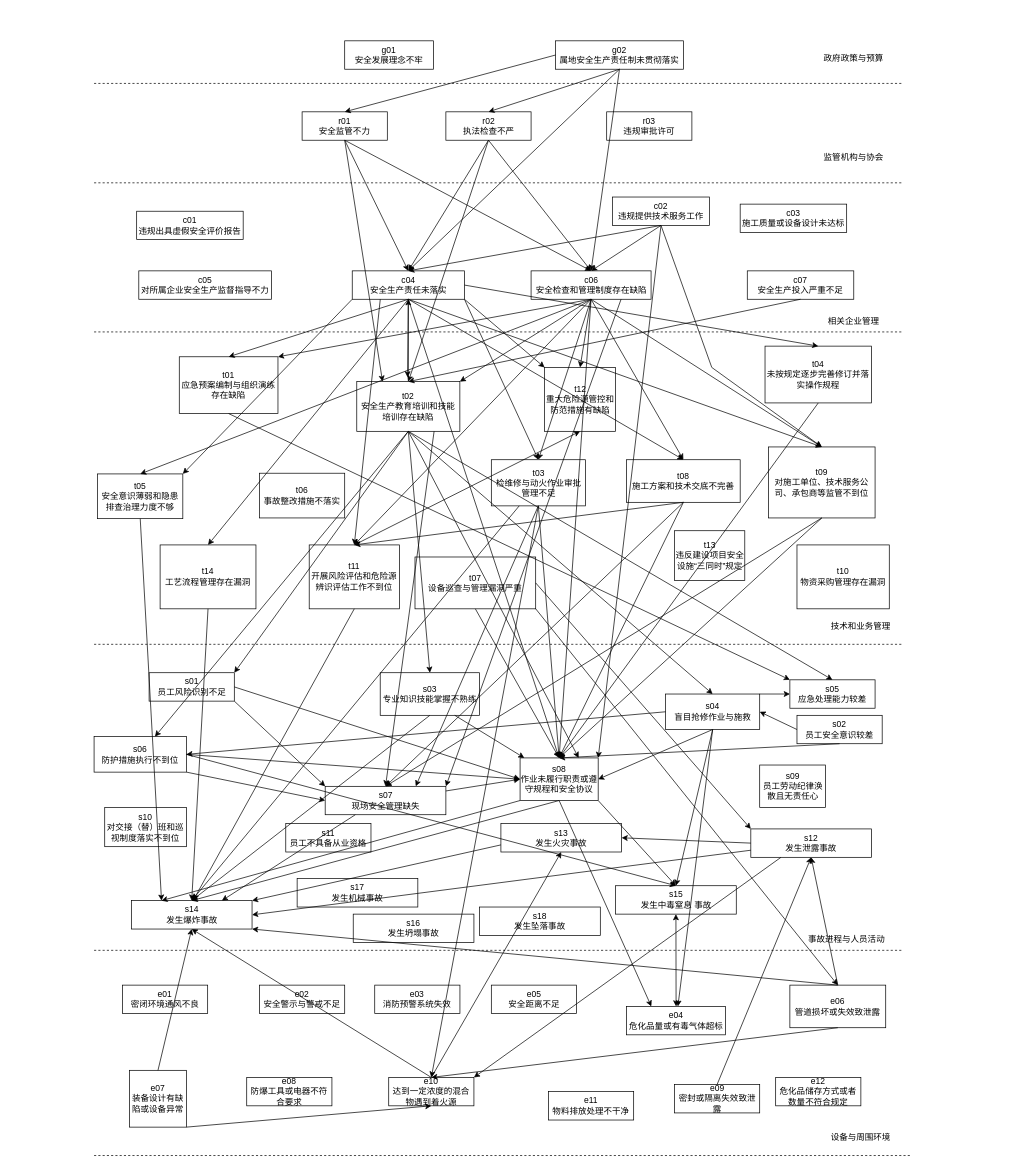
The draw.io diagram 剔除次数少于5.drawio in fangjiarong/docs, before the edit. Source tidied: cells renumbered, new cells numbered last; positions are measured from the earlier drawing's top-left corner, leaving out a move shared by most shapes. Both pictures are drawn from the tidied source at 71%, with x=0, y=0 at pixel (94, 40).
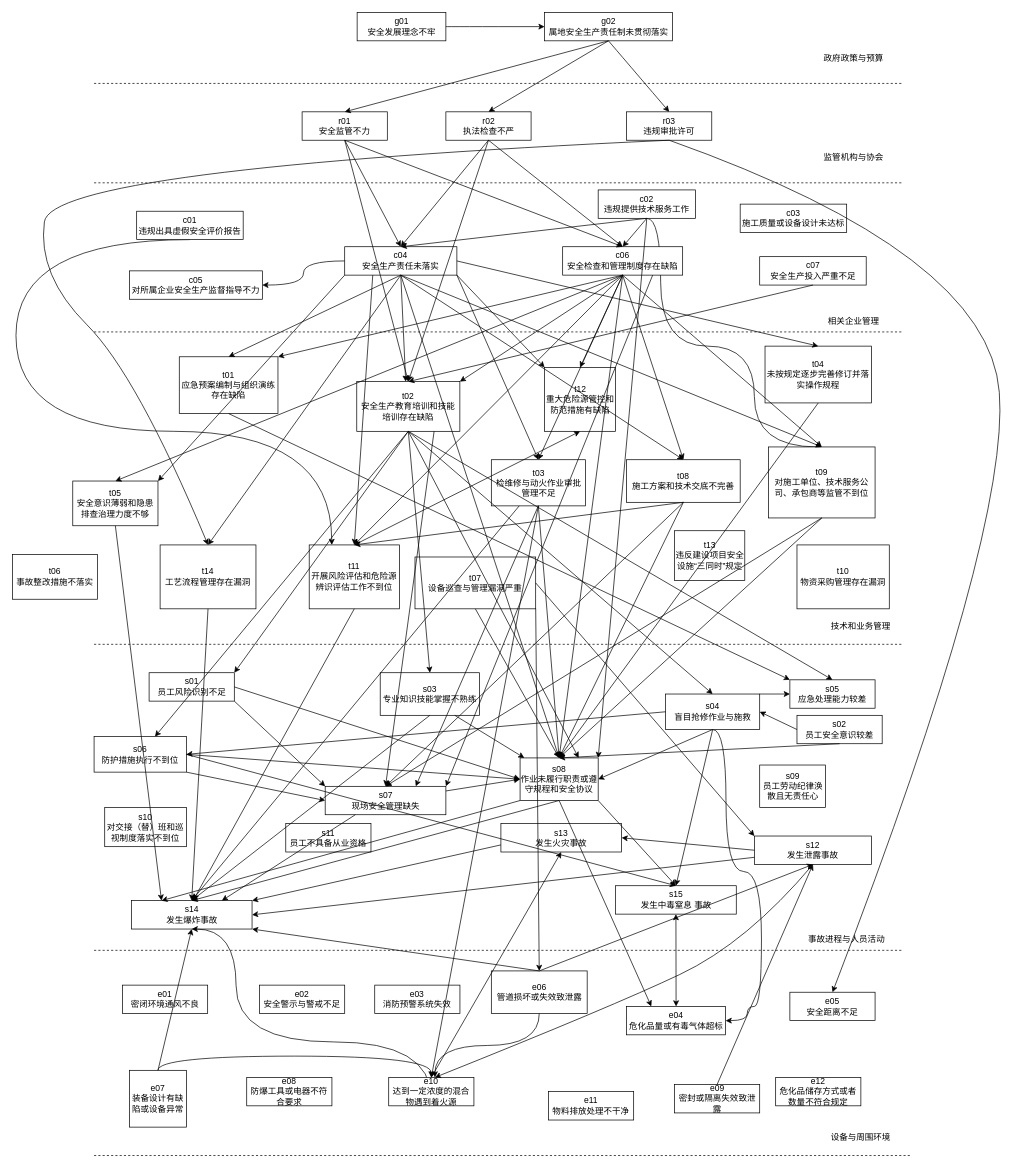
After the change.

Commit message:
更新剔除次数少于5.drawio

The change refers to these unchanged cells:
```xml
<mxCell id="9" value="r01&lt;br&gt;安全监管不力" style="rounded=0;whiteSpace=wrap;html=1;" parent="1" vertex="1">
  <mxGeometry x="293" y="100" width="120" height="40" as="geometry" />
</mxCell>
<mxCell id="10" value="r02&lt;br&gt;执法检查不严" style="rounded=0;whiteSpace=wrap;html=1;" parent="1" vertex="1">
  <mxGeometry x="495.5" y="100" width="120" height="40" as="geometry" />
</mxCell>
<mxCell id="11" value="c01&lt;br&gt;违规出具虚假安全评价报告" style="rounded=0;whiteSpace=wrap;html=1;" parent="1" vertex="1">
  <mxGeometry x="60" y="240" width="150" height="40" as="geometry" />
</mxCell>
<mxCell id="16" value="t02&lt;br&gt;安全生产教育培训和技能培训存在缺陷" style="rounded=0;whiteSpace=wrap;html=1;" parent="1" vertex="1">
  <mxGeometry x="370" y="480" width="145.2" height="70" as="geometry" />
</mxCell>
<mxCell id="20" value="t09&lt;br&gt;对施工单位、技术服务公司、承包商等监管不到位" style="rounded=0;whiteSpace=wrap;html=1;" parent="1" vertex="1">
  <mxGeometry x="950" y="572" width="150" height="100" as="geometry" />
</mxCell>
<mxCell id="21" value="t11&lt;br&gt;开展风险评估和危险源辨识评估工作不到位" style="rounded=0;whiteSpace=wrap;html=1;" parent="1" vertex="1">
  <mxGeometry x="303" y="710" width="127" height="90" as="geometry" />
</mxCell>
<mxCell id="23" value="s04&lt;br&gt;盲目抢修作业与施救" style="rounded=0;whiteSpace=wrap;html=1;" parent="1" vertex="1">
  <mxGeometry x="805" y="920" width="132.5" height="50" as="geometry" />
</mxCell>
<mxCell id="44" value="t14&lt;br&gt;工艺流程管理存在漏洞" style="rounded=0;whiteSpace=wrap;html=1;" parent="1" vertex="1">
  <mxGeometry x="93" y="710" width="135" height="90" as="geometry" />
</mxCell>
<mxCell id="48" value="s14&lt;br&gt;发生爆炸事故" style="rounded=0;whiteSpace=wrap;html=1;" parent="1" vertex="1">
  <mxGeometry x="52.5" y="1211" width="170" height="40" as="geometry" />
</mxCell>
<mxCell id="54" value="e07&lt;br&gt;装备设计有缺陷或设备异常" style="rounded=0;whiteSpace=wrap;html=1;" parent="1" vertex="1">
  <mxGeometry x="50" y="1450" width="80" height="80" as="geometry" />
</mxCell>
<mxCell id="58" value="e04&lt;br&gt;危化品量或有毒气体超标" style="rounded=0;whiteSpace=wrap;html=1;" parent="1" vertex="1">
  <mxGeometry x="750" y="1360" width="139.5" height="40" as="geometry" />
</mxCell>
<mxCell id="59" value="e10&lt;br&gt;达到一定浓度的混合物遇到着火源" style="rounded=0;whiteSpace=wrap;html=1;" parent="1" vertex="1">
  <mxGeometry x="415" y="1460" width="120" height="40" as="geometry" />
</mxCell>
```

The edit, as a diff of the source:
```diff
@@
     <mxCell id="8" value="g01&lt;br&gt;安全发展理念不牢" style="rounded=0;whiteSpace=wrap;html=1;" parent="1" vertex="1">
-      <mxGeometry x="353" width="125" height="40" as="geometry" />
+      <mxGeometry x="370.5" y="-40" width="125" height="40" as="geometry" />
     </mxCell>
@@
+    <mxCell id="165" style="edgeStyle=orthogonalEdgeStyle;curved=1;rounded=0;jettySize=auto;html=1;exitX=0.5;exitY=1;exitDx=0;exitDy=0;entryX=0.25;entryY=0;entryDx=0;entryDy=0;" parent="1" edge="1" source="11" target="21">
+      <mxGeometry relative="1" as="geometry">
+        <Array as="points">
+          <mxPoint x="-110" y="280" />
+          <mxPoint x="-110" y="550" />
+          <mxPoint x="335" y="550" />
+        </Array>
+      </mxGeometry>
+    </mxCell>
@@
+    <mxCell id="84" style="edgeStyle=orthogonalEdgeStyle;curved=1;rounded=0;jettySize=auto;html=1;exitX=0.5;exitY=1;exitDx=0;exitDy=0;entryX=0.5;entryY=0;entryDx=0;entryDy=0;" parent="1" edge="1" source="12" target="20">
+      <mxGeometry relative="1" as="geometry">
+        <Array as="points">
+          <mxPoint x="798" y="430" />
+          <mxPoint x="930" y="430" />
+          <mxPoint x="930" y="572" />
+        </Array>
+      </mxGeometry>
+    </mxCell>
     <mxCell id="12" value="c02&lt;br&gt;违规提供技术服务工作" style="rounded=0;whiteSpace=wrap;html=1;" parent="1" vertex="1">
-      <mxGeometry x="730" y="220" width="137" height="40" as="geometry" />
+      <mxGeometry x="710" y="210" width="137" height="40" as="geometry" />
     </mxCell>
+    <mxCell id="166" style="edgeStyle=orthogonalEdgeStyle;curved=1;rounded=0;jettySize=auto;html=1;exitX=0;exitY=0.5;exitDx=0;exitDy=0;entryX=1;entryY=0.5;entryDx=0;entryDy=0;" parent="1" edge="1" source="13" target="32">
+      <mxGeometry relative="1" as="geometry" />
+    </mxCell>
     <mxCell id="13" value="c04&lt;br&gt;安全生产责任未落实" style="rounded=0;whiteSpace=wrap;html=1;" parent="1" vertex="1">
-      <mxGeometry x="363.6" y="324" width="158" height="40" as="geometry" />
+      <mxGeometry x="353" y="290" width="158" height="40" as="geometry" />
     </mxCell>
@@
-    <mxCell id="15" style="edgeStyle=orthogonalEdgeStyle;rounded=0;jettySize=auto;html=1;" parent="1" edge="1" source="16" target="13">
-      <mxGeometry relative="1" as="geometry" />
-    </mxCell>
@@
+    <mxCell id="113" style="edgeStyle=orthogonalEdgeStyle;curved=1;rounded=0;jettySize=auto;html=1;exitX=0.5;exitY=1;exitDx=0;exitDy=0;entryX=1;entryY=0.5;entryDx=0;entryDy=0;" parent="1" edge="1" source="23" target="58">
+      <mxGeometry relative="1" as="geometry">
+        <Array as="points">
+          <mxPoint x="890" y="970" />
+          <mxPoint x="890" y="1170" />
+          <mxPoint x="940" y="1170" />
+          <mxPoint x="940" y="1360" />
+          <mxPoint x="920" y="1360" />
+          <mxPoint x="920" y="1380" />
+        </Array>
+      </mxGeometry>
+    </mxCell>
@@
     <mxCell id="32" value="c05&lt;br&gt;对所属企业安全生产监督指导不力" style="rounded=0;whiteSpace=wrap;html=1;" parent="1" vertex="1">
-      <mxGeometry x="63" y="324" width="187" height="40" as="geometry" />
+      <mxGeometry x="50" y="324" width="187" height="40" as="geometry" />
     </mxCell>
     <mxCell id="33" value="c06&lt;br&gt;安全检查和管理制度存在缺陷" style="rounded=0;whiteSpace=wrap;html=1;" parent="1" vertex="1">
-      <mxGeometry x="615.5" y="324" width="169" height="40" as="geometry" />
+      <mxGeometry x="660" y="290" width="169" height="40" as="geometry" />
     </mxCell>
@@
     <mxCell id="38" value="g02&lt;br&gt;属地安全生产责任制未贯彻落实" style="rounded=0;whiteSpace=wrap;html=1;" parent="1" vertex="1">
-      <mxGeometry x="650" width="180" height="40" as="geometry" />
+      <mxGeometry x="634.5" y="-40" width="180" height="40" as="geometry" />
     </mxCell>
     <mxCell id="39" value="r03&lt;br&gt;违规审批许可" style="rounded=0;whiteSpace=wrap;html=1;" parent="1" vertex="1">
-      <mxGeometry x="722" y="100" width="120" height="40" as="geometry" />
+      <mxGeometry x="750" y="100" width="120" height="40" as="geometry" />
     </mxCell>
     <mxCell id="40" value="c07&lt;br&gt;安全生产投入严重不足" style="rounded=0;whiteSpace=wrap;html=1;" parent="1" vertex="1">
-      <mxGeometry x="920" y="324" width="150" height="40" as="geometry" />
+      <mxGeometry x="937.5" y="304" width="150" height="40" as="geometry" />
     </mxCell>
     <mxCell id="41" value="t05&lt;br&gt;安全意识薄弱和隐患排查治理力度不够" style="rounded=0;whiteSpace=wrap;html=1;" parent="1" vertex="1">
-      <mxGeometry x="5" y="610" width="120" height="63" as="geometry" />
+      <mxGeometry x="-30" y="620" width="120" height="63" as="geometry" />
     </mxCell>
     <mxCell id="42" value="t06&lt;br&gt;事故整改措施不落实" style="rounded=0;whiteSpace=wrap;html=1;" parent="1" vertex="1">
-      <mxGeometry x="233" y="609" width="120" height="63" as="geometry" />
+      <mxGeometry x="-115" y="723.5" width="120" height="63" as="geometry" />
     </mxCell>
@@
     <mxCell id="46" value="s12&lt;br&gt;发生泄露事故" style="rounded=0;whiteSpace=wrap;html=1;" parent="1" vertex="1">
-      <mxGeometry x="925" y="1110" width="170" height="40" as="geometry" />
+      <mxGeometry x="930" y="1120" width="165" height="40" as="geometry" />
     </mxCell>
@@
-    <mxCell id="50" value="s16&lt;br&gt;发生坍塌事故" style="rounded=0;whiteSpace=wrap;html=1;" parent="1" vertex="1">
-      <mxGeometry x="365" y="1230" width="170" height="40" as="geometry" />
-    </mxCell>
-    <mxCell id="51" value="s17&lt;br&gt;发生机械事故" style="rounded=0;whiteSpace=wrap;html=1;" parent="1" vertex="1">
-      <mxGeometry x="286" y="1180" width="170" height="40" as="geometry" />
-    </mxCell>
-    <mxCell id="52" value="s18&lt;br&gt;发生坠落事故" style="rounded=0;whiteSpace=wrap;html=1;" parent="1" vertex="1">
-      <mxGeometry x="543" y="1220" width="170" height="40" as="geometry" />
-    </mxCell>
@@
+    <mxCell id="156" style="edgeStyle=orthogonalEdgeStyle;curved=1;rounded=0;jettySize=auto;html=1;exitX=0.5;exitY=0;exitDx=0;exitDy=0;entryX=0.5;entryY=0;entryDx=0;entryDy=0;" parent="1" edge="1" source="54" target="59">
+      <mxGeometry relative="1" as="geometry" />
+    </mxCell>
@@
+    <mxCell id="167" style="edgeStyle=orthogonalEdgeStyle;curved=1;rounded=0;jettySize=auto;html=1;exitX=0.5;exitY=0;exitDx=0;exitDy=0;entryX=0.5;entryY=1;entryDx=0;entryDy=0;" parent="1" edge="1" target="48">
+      <mxGeometry relative="1" as="geometry">
+        <mxPoint x="475" y="1490" as="sourcePoint" />
+        <Array as="points">
+          <mxPoint x="475" y="1410" />
+          <mxPoint x="200" y="1410" />
+          <mxPoint x="200" y="1251" />
+        </Array>
+      </mxGeometry>
+    </mxCell>
@@
     <mxCell id="60" value="e05&lt;br&gt;安全距离不足" style="rounded=0;whiteSpace=wrap;html=1;" parent="1" vertex="1">
-      <mxGeometry x="559.5" y="1330" width="120" height="40" as="geometry" />
+      <mxGeometry x="980" y="1340" width="120" height="40" as="geometry" />
     </mxCell>
@@
     <mxCell id="62" value="e06&lt;br&gt;管道损坏或失效致泄露" style="rounded=0;whiteSpace=wrap;html=1;" parent="1" vertex="1">
-      <mxGeometry x="980" y="1330" width="135" height="60" as="geometry" />
+      <mxGeometry x="559.5" y="1310" width="135" height="60" as="geometry" />
     </mxCell>
@@
-    <mxCell id="64" style="endArrow=classic;html=1;rounded=0;exitX=0;exitY=0.5;exitDx=0;exitDy=0;entryX=0.5;entryY=0;entryDx=0;entryDy=0;" parent="1" edge="1" source="38" target="9">
+    <mxCell id="64" style="endArrow=classic;html=1;rounded=0;entryX=0.5;entryY=0;entryDx=0;entryDy=0;exitX=0.5;exitY=1;exitDx=0;exitDy=0;" parent="1" edge="1" source="38" target="9">
       <mxGeometry relative="1" as="geometry" />
     </mxCell>
@@
-    <mxCell id="77" style="endArrow=classic;html=1;rounded=0;exitX=0.5;exitY=1;exitDx=0;exitDy=0;entryX=0.5;entryY=0;entryDx=0;entryDy=0;" parent="1" edge="1" source="38" target="13">
-      <mxGeometry relative="1" as="geometry" />
-    </mxCell>
@@
-    <mxCell id="84" style="endArrow=classic;html=1;rounded=0;exitX=0.5;exitY=1;exitDx=0;exitDy=0;entryX=0.5;entryY=0;entryDx=0;entryDy=0;" parent="1" edge="1" source="12" target="20">
-      <mxGeometry relative="1" as="geometry">
-        <Array as="points">
-          <mxPoint x="870" y="460" />
-        </Array>
-      </mxGeometry>
-    </mxCell>
@@
-    <mxCell id="87" style="endArrow=classic;html=1;rounded=0;entryX=0.5;entryY=0;entryDx=0;entryDy=0;exitX=0.5;exitY=1;exitDx=0;exitDy=0;" parent="1" edge="1" source="10" target="16">
+    <mxCell id="87" style="endArrow=classic;html=1;rounded=0;entryX=0.5;entryY=0;entryDx=0;entryDy=0;exitX=0.5;exitY=1;exitDx=0;exitDy=0;" parent="1" edge="1" source="9" target="16">
       <mxGeometry relative="1" as="geometry" />
     </mxCell>
@@
-    <mxCell id="89" style="endArrow=classic;html=1;rounded=0;entryX=0.5;entryY=0;entryDx=0;entryDy=0;exitX=0.5;exitY=1;exitDx=0;exitDy=0;" parent="1" edge="1" source="38" target="33">
-      <mxGeometry relative="1" as="geometry" />
-    </mxCell>
@@
-    <mxCell id="92" style="endArrow=classic;html=1;rounded=0;exitX=0.5;exitY=0;exitDx=0;exitDy=0;entryX=0.5;entryY=1;entryDx=0;entryDy=0;" parent="1" edge="1" source="59" target="48">
-      <mxGeometry relative="1" as="geometry" />
-    </mxCell>
@@
-    <mxCell id="106" style="endArrow=classic;html=1;rounded=0;exitX=0.5;exitY=1;exitDx=0;exitDy=0;entryX=0.25;entryY=0;entryDx=0;entryDy=0;" parent="1" edge="1" source="9" target="16">
-      <mxGeometry relative="1" as="geometry" />
-    </mxCell>
@@
-    <mxCell id="113" style="endArrow=classic;html=1;rounded=0;exitX=0.5;exitY=1;exitDx=0;exitDy=0;" parent="1" edge="1" source="23" target="58">
-      <mxGeometry relative="1" as="geometry" />
-    </mxCell>
@@
-    <mxCell id="126" style="endArrow=classic;html=1;rounded=0;exitX=0.5;exitY=1;exitDx=0;exitDy=0;entryX=0.493;entryY=-0.086;entryDx=0;entryDy=0;entryPerimeter=0;" parent="1" edge="1" source="13" target="16">
-      <mxGeometry relative="1" as="geometry" />
+    <mxCell id="126" style="endArrow=classic;html=1;rounded=0;exitX=0.5;exitY=1;exitDx=0;exitDy=0;entryX=0.493;entryY=-0.086;entryDx=0;entryDy=0;entryPerimeter=0;" parent="1" edge="1" source="13">
+      <mxGeometry relative="1" as="geometry">
+        <mxPoint x="438.9" y="480" as="targetPoint" />
+      </mxGeometry>
     </mxCell>
@@
-    <mxCell id="147" style="endArrow=classic;html=1;rounded=0;exitX=0.5;exitY=1;exitDx=0;exitDy=0;entryX=0.5;entryY=0;entryDx=0;entryDy=0;" parent="1" edge="1" source="62" target="59">
-      <mxGeometry relative="1" as="geometry" />
+    <mxCell id="147" style="endArrow=classic;html=1;rounded=0;exitX=0.5;exitY=1;exitDx=0;exitDy=0;edgeStyle=orthogonalEdgeStyle;curved=1;" parent="1" edge="1" source="62">
+      <mxGeometry relative="1" as="geometry">
+        <mxPoint x="480" y="1460" as="targetPoint" />
+      </mxGeometry>
     </mxCell>
@@
-    <mxCell id="154" style="endArrow=classic;html=1;rounded=0;exitX=0.25;exitY=1;exitDx=0;exitDy=0;entryX=1;entryY=0;entryDx=0;entryDy=0;" parent="1" edge="1" source="46" target="59">
-      <mxGeometry relative="1" as="geometry" />
-    </mxCell>
@@
-    <mxCell id="156" style="endArrow=classic;html=1;rounded=0;exitX=1;exitY=1;exitDx=0;exitDy=0;entryX=0.5;entryY=1;entryDx=0;entryDy=0;" parent="1" edge="1" source="54" target="59">
-      <mxGeometry relative="1" as="geometry" />
-    </mxCell>
@@
+    <mxCell id="168" style="curved=1;endArrow=classic;html=1;rounded=0;exitX=0.5;exitY=1;exitDx=0;exitDy=0;" parent="1" edge="1" source="46">
+      <mxGeometry relative="1" as="geometry">
+        <mxPoint x="480" y="1460" as="targetPoint" />
+        <Array as="points">
+          <mxPoint x="920" y="1270" />
+          <mxPoint x="730" y="1360" />
+        </Array>
+      </mxGeometry>
+    </mxCell>
+    <mxCell id="169" style="endArrow=classic;html=1;rounded=0;curved=1;exitX=1;exitY=0.5;exitDx=0;exitDy=0;entryX=0;entryY=0.5;entryDx=0;entryDy=0;" parent="1" edge="1" source="8" target="38">
+      <mxGeometry relative="1" as="geometry" />
+    </mxCell>
+    <mxCell id="170" style="endArrow=classic;html=1;rounded=0;curved=1;entryX=0.5;entryY=0;entryDx=0;entryDy=0;exitX=0.5;exitY=1;exitDx=0;exitDy=0;" parent="1" edge="1" source="38" target="39">
+      <mxGeometry relative="1" as="geometry" />
+    </mxCell>
+    <mxCell id="171" style="endArrow=classic;html=1;rounded=0;curved=1;exitX=0.5;exitY=1;exitDx=0;exitDy=0;entryX=0.5;entryY=0;entryDx=0;entryDy=0;" parent="1" edge="1" source="39" target="60">
+      <mxGeometry relative="1" as="geometry">
+        <Array as="points">
+          <mxPoint x="1260" y="300" />
+          <mxPoint x="1290" y="690" />
+        </Array>
+      </mxGeometry>
+    </mxCell>
+    <mxCell id="172" style="endArrow=classic;html=1;rounded=0;curved=1;exitX=0.5;exitY=1;exitDx=0;exitDy=0;entryX=0.5;entryY=0;entryDx=0;entryDy=0;" parent="1" edge="1" source="39" target="44">
+      <mxGeometry relative="1" as="geometry">
+        <Array as="points">
+          <mxPoint x="-60" y="180" />
+          <mxPoint x="-80" y="330" />
+          <mxPoint x="60" y="470" />
+        </Array>
+      </mxGeometry>
+    </mxCell>
+    <mxCell id="173" style="endArrow=classic;html=1;rounded=0;entryX=0.5;entryY=0;entryDx=0;entryDy=0;exitX=0.5;exitY=1;exitDx=0;exitDy=0;" parent="1" edge="1" source="10" target="16">
+      <mxGeometry relative="1" as="geometry" />
+    </mxCell>
```
